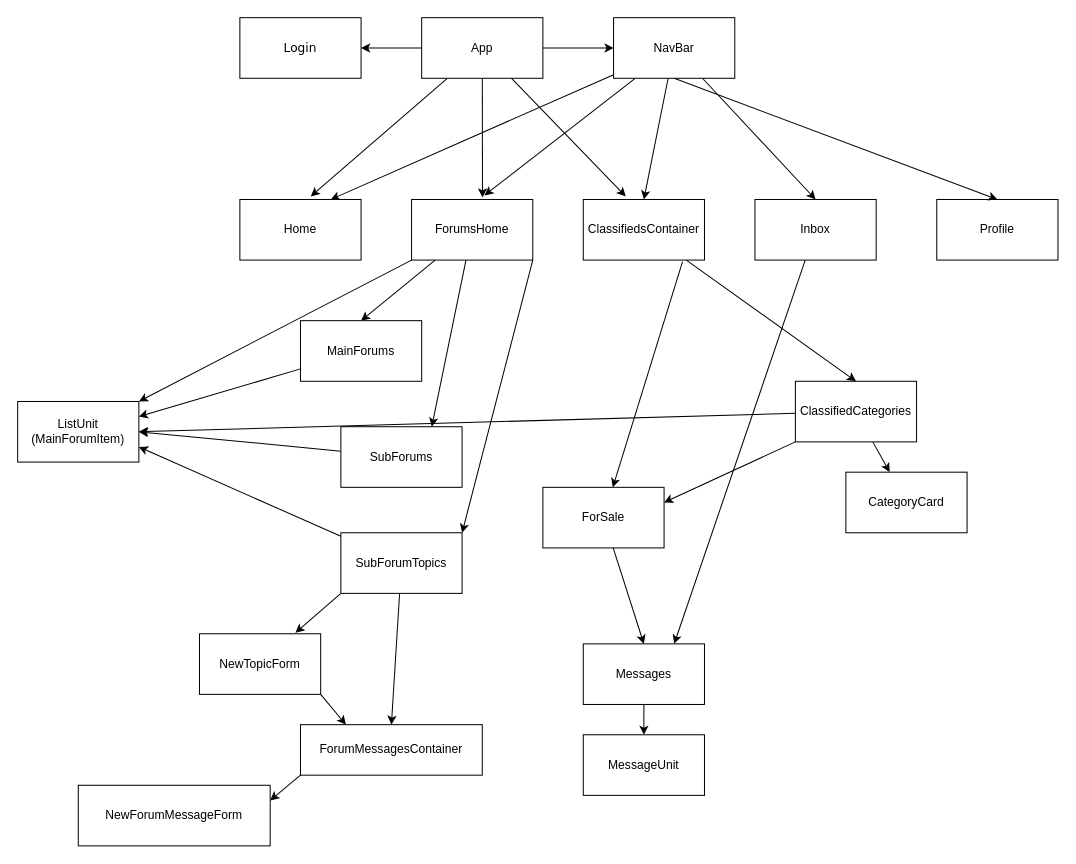
Before: client/wireframe.drawio in stringtheory92/CAPSTONE, a draw.io diagram. Source tidied: cells renumbered, new cells numbered last; positions are measured from the earlier drawing's top-left corner, leaving out a move shared by most shapes. Both pictures are drawn from the tidied source at 101%, with x=0, y=0 at pixel (17, 17).
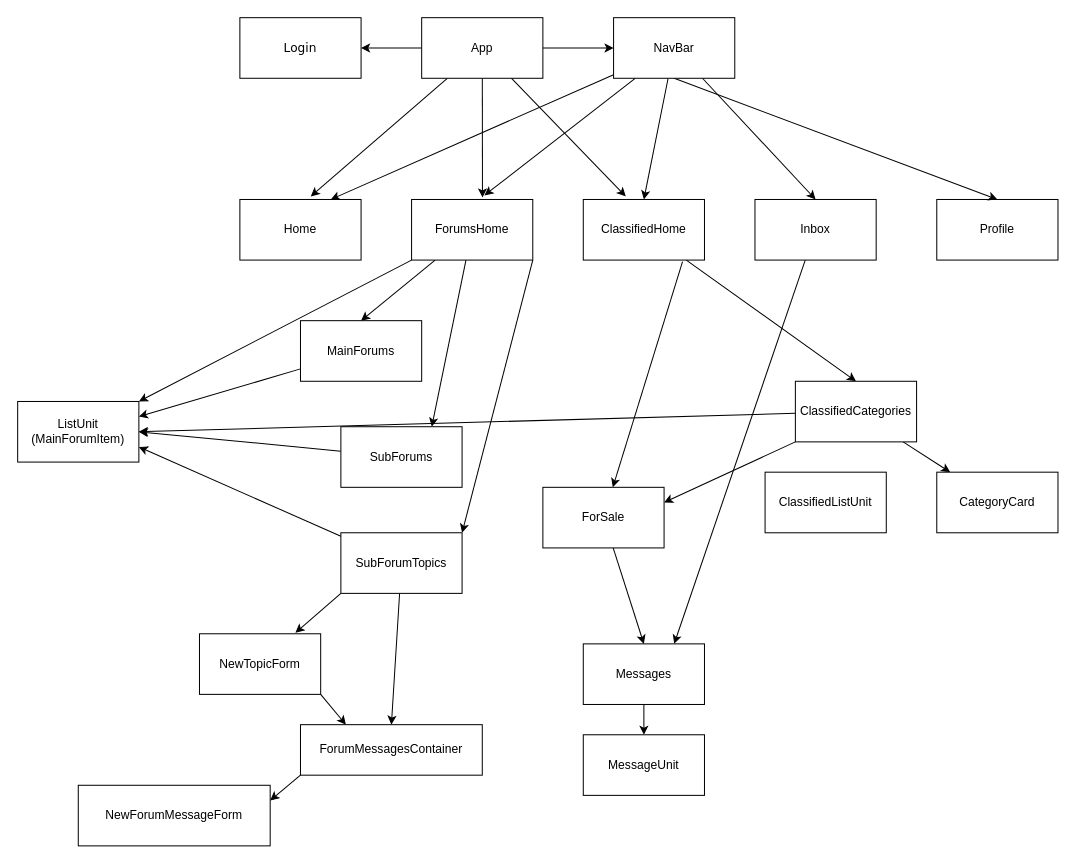
After the change.

What changed in the source:
```diff
@@
-    <mxCell id="6" value="ClassifiedsContainer" style="rounded=0;whiteSpace=wrap;html=1;" parent="1" vertex="1">
+    <mxCell id="6" value="ClassifiedHome" style="rounded=0;whiteSpace=wrap;html=1;" parent="1" vertex="1">
       <mxGeometry x="560" y="180" width="120" height="60" as="geometry" />
     </mxCell>
@@
     <mxCell id="51" value="CategoryCard" style="rounded=0;whiteSpace=wrap;html=1;" parent="1" vertex="1">
-      <mxGeometry x="820" y="450" width="120" height="60" as="geometry" />
+      <mxGeometry x="910" y="450" width="120" height="60" as="geometry" />
     </mxCell>
+    <mxCell id="52" value="ClassifiedListUnit" style="rounded=0;whiteSpace=wrap;html=1;" parent="1" vertex="1">
+      <mxGeometry x="740" y="450" width="120" height="60" as="geometry" />
+    </mxCell>
```
